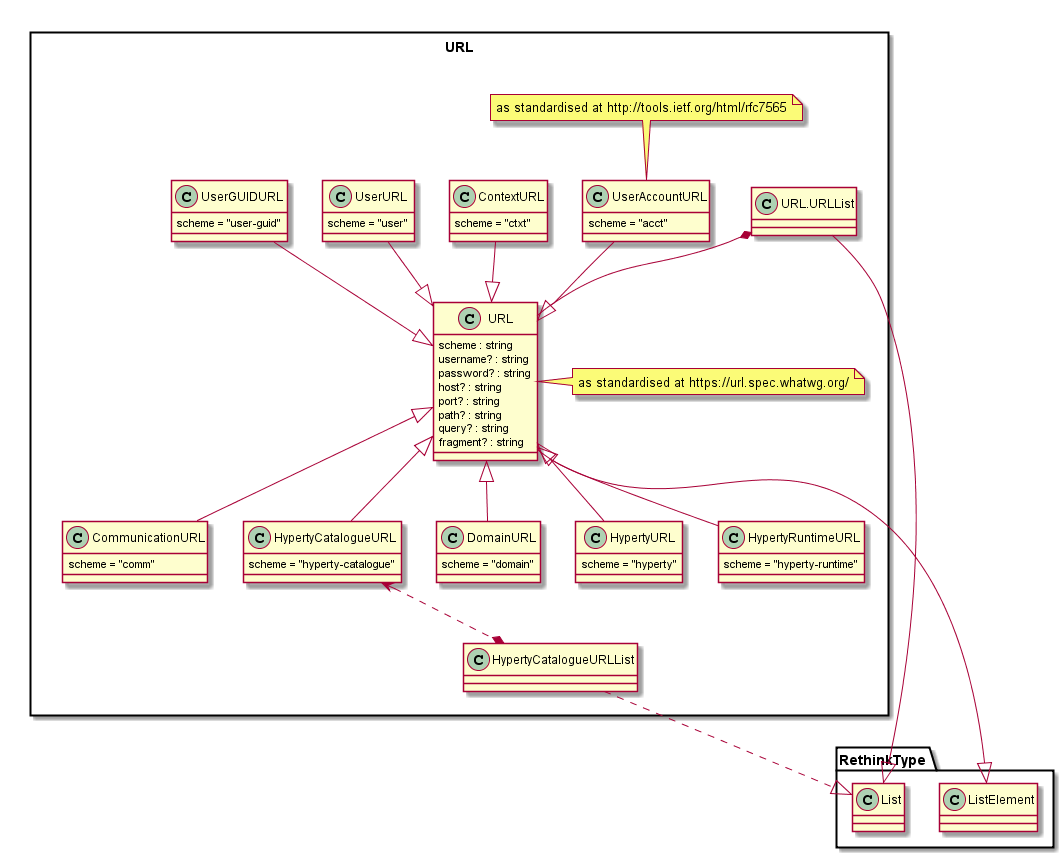
Earlier version of the PlantUML export docs/datamodel/Address-Model.png (reTHINK-project/dev-service-framework).
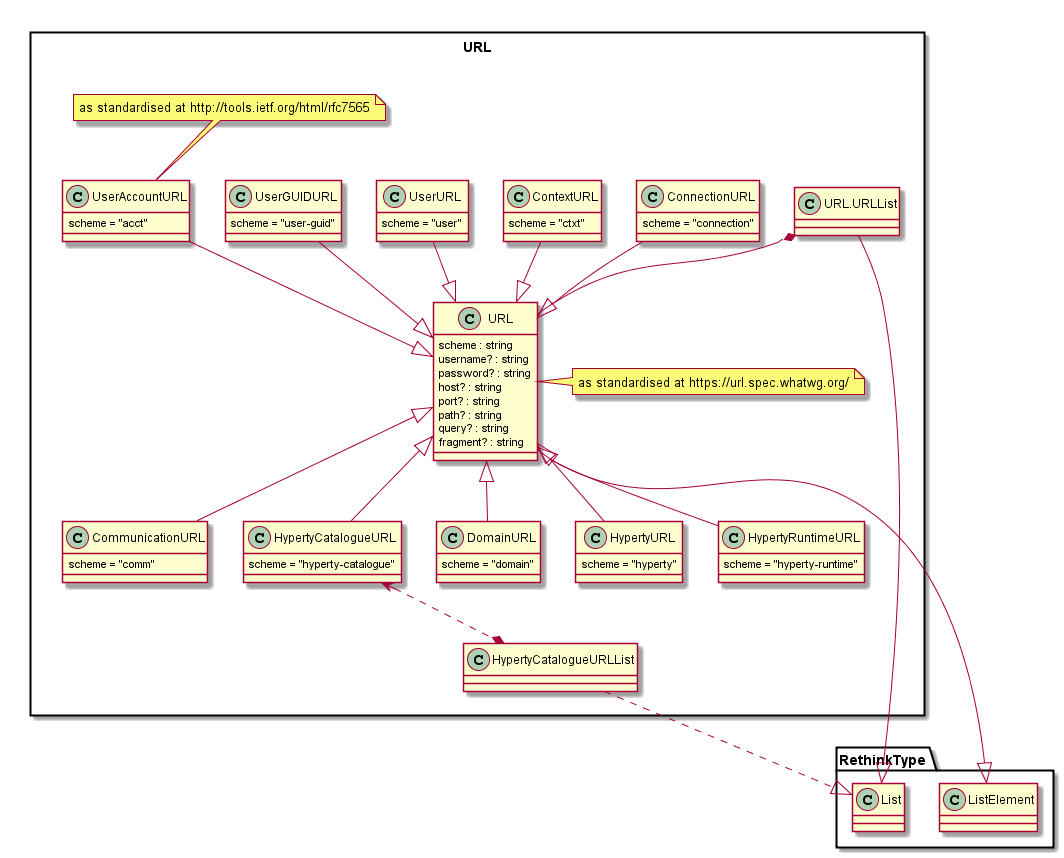
Above is the later version.

Commit message:
more fixes do data model

Change to the diagram source:
```diff
@@ -47,6 +47,10 @@
 		scheme = "comm"
 	}
 
+	class ConnectionURL {
+		scheme = "connection"
+	}
+
 	class ContextURL {
 		scheme = "ctxt"
 	}
@@ -61,6 +65,7 @@
 	HypertyCatalogueURL -up-|> URL
 	HypertyRuntimeURL -up-|> URL
 	CommunicationURL -up-|> URL
+	ConnectionURL --|> URL
 	DomainURL -up-|> URL
 	ContextURL --|> URL
 
```
